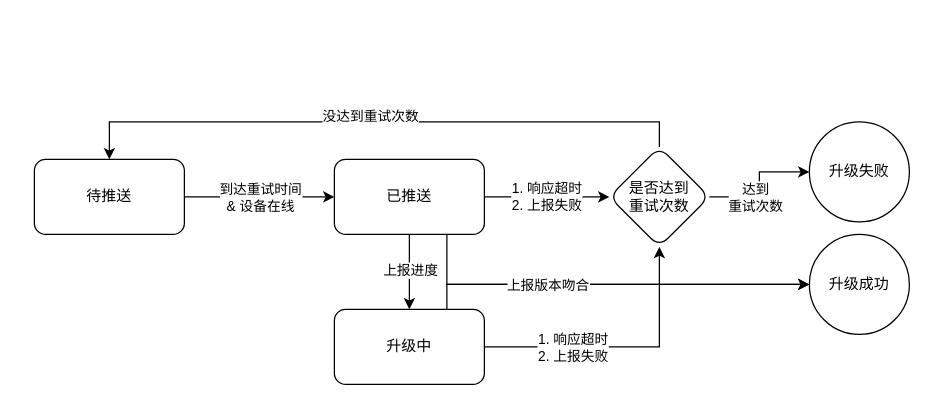
The draw.io diagram Hedv.drawio in Sidamor/drawio, before the edit. Source tidied: cells renumbered, new cells numbered last; positions are measured from the earlier drawing's top-left corner, leaving out a move shared by most shapes. Both pictures are drawn from the tidied source at 125%, with x=0, y=0 at pixel (34, 121).
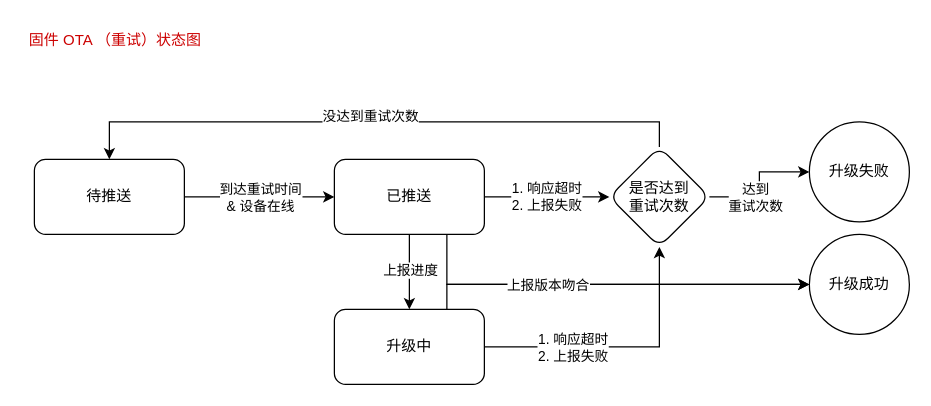
After the change.

What changed in the source:
```diff
@@
+    <mxCell id="22" value="&lt;font color=&quot;#cc0000&quot;&gt;固件 OTA （重试）状态图&lt;/font&gt;" style="text;html=1;align=center;verticalAlign=middle;whiteSpace=wrap;rounded=0;" parent="1" vertex="1">
+      <mxGeometry x="-10" y="-80" width="150" height="30" as="geometry" />
+    </mxCell>
```
